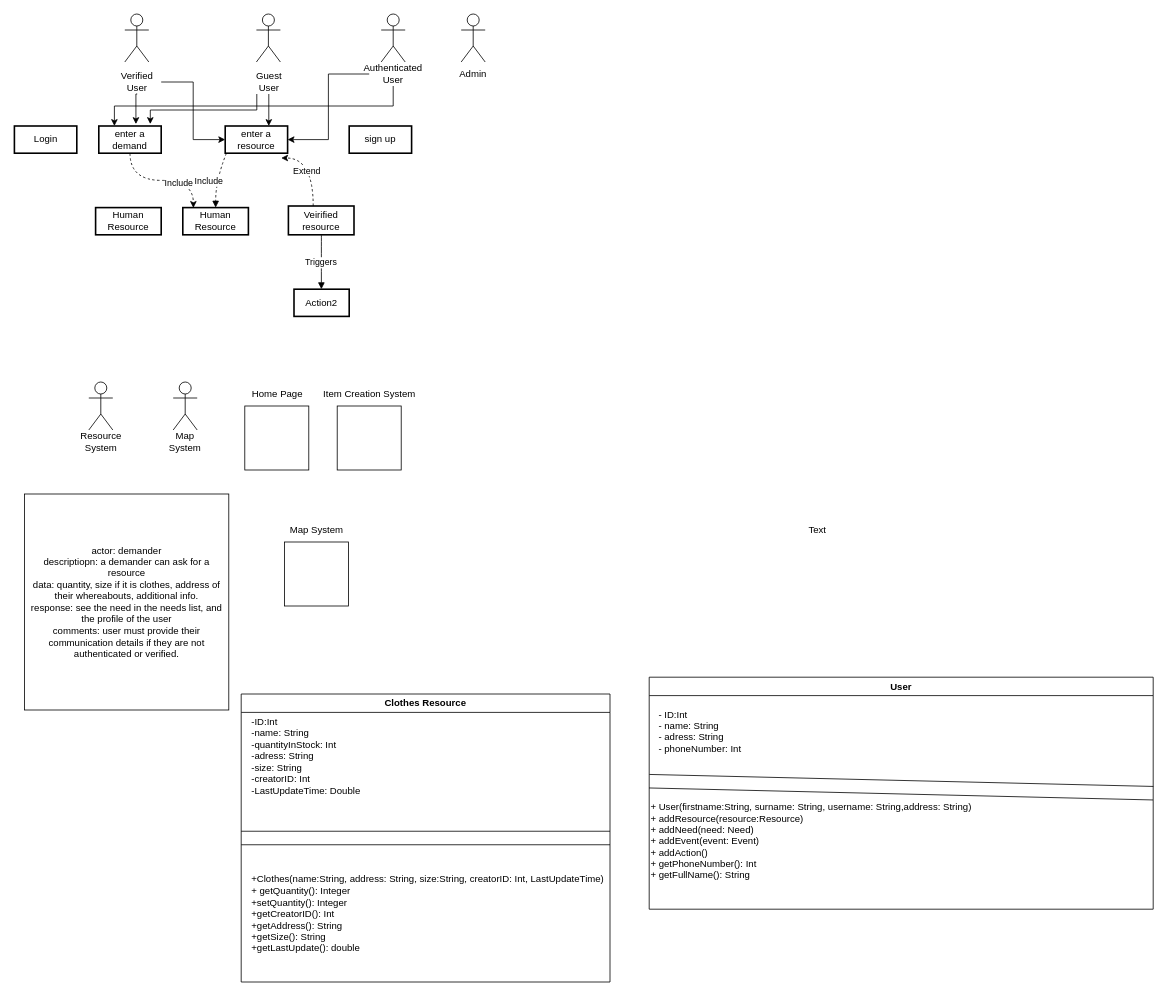
bounswe/bounswe2023group2 keeps this draw.io diagram as page "BegumDraft" (2 of 3) of UMLDiagrams/DR_UseCasesUML.drawio. Above is the earlier version. Source tidied: cells renumbered, new cells numbered last; positions are measured from the earlier drawing's top-left corner, leaving out a move shared by most shapes. Both pictures are drawn from the tidied source at 80%, with x=0, y=0 at pixel (14, 14).
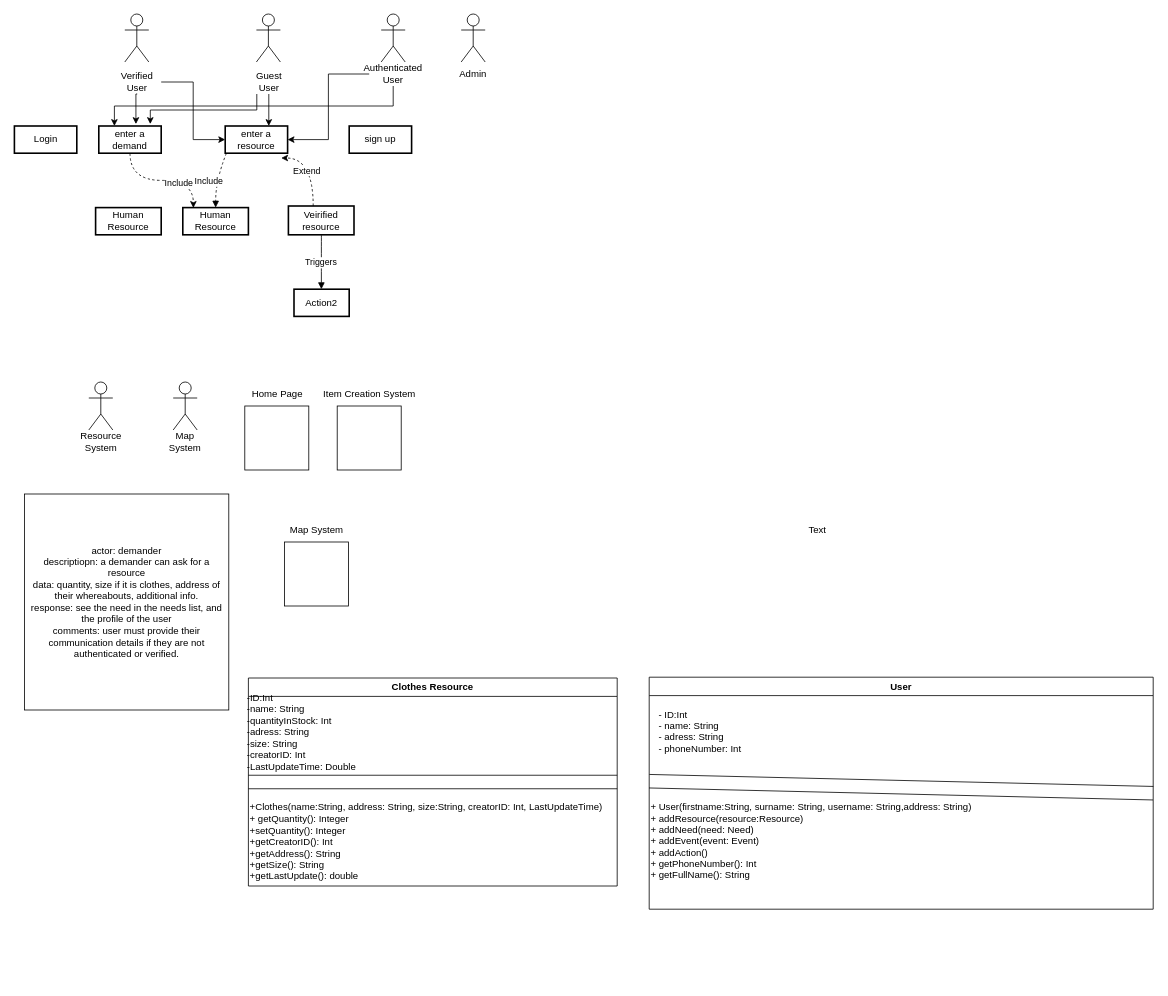
The same page after the edit.

Diff of the diagram source:
```diff
@@
     <mxCell id="41" value="Clothes Resource" style="swimlane;whiteSpace=wrap;html=1;" parent="1" vertex="1">
-      <mxGeometry x="284" y="850" width="461" height="360" as="geometry" />
+      <mxGeometry x="293" y="830" width="461" height="260" as="geometry" />
     </mxCell>
-    <mxCell id="42" value="&lt;div style=&quot;&quot;&gt;&lt;span style=&quot;font-size: 12px;&quot;&gt;-ID:Int&lt;/span&gt;&lt;/div&gt;&lt;div style=&quot;&quot;&gt;&lt;span style=&quot;font-size: 12px;&quot;&gt;-name: String&lt;/span&gt;&lt;/div&gt;&lt;div style=&quot;&quot;&gt;&lt;span style=&quot;font-size: 12px;&quot;&gt;-quantityInStock: Int&lt;/span&gt;&lt;/div&gt;&lt;div style=&quot;&quot;&gt;&lt;span style=&quot;font-size: 12px;&quot;&gt;-adress: String&lt;/span&gt;&lt;/div&gt;&lt;div style=&quot;&quot;&gt;&lt;span style=&quot;font-size: 12px;&quot;&gt;-size: String&lt;/span&gt;&lt;/div&gt;&lt;div style=&quot;&quot;&gt;&lt;span style=&quot;font-size: 12px;&quot;&gt;-creatorID: Int&lt;/span&gt;&lt;/div&gt;&lt;div style=&quot;&quot;&gt;&lt;span style=&quot;font-size: 12px;&quot;&gt;-LastUpdateTime: Double&lt;/span&gt;&lt;/div&gt;&lt;div style=&quot;&quot;&gt;&lt;br&gt;&lt;/div&gt;" style="text;html=1;align=left;verticalAlign=middle;strokeColor=none;fillColor=none;" parent="41" vertex="1">
-      <mxGeometry x="11" width="230" height="170" as="geometry" />
+    <mxCell id="42" value="&lt;div style=&quot;text-align: left;&quot;&gt;&lt;span style=&quot;font-size: 12px;&quot;&gt;-ID:Int&lt;/span&gt;&lt;/div&gt;&lt;div style=&quot;text-align: left;&quot;&gt;&lt;span style=&quot;font-size: 12px;&quot;&gt;-name: String&lt;/span&gt;&lt;/div&gt;&lt;div style=&quot;text-align: left;&quot;&gt;&lt;span style=&quot;font-size: 12px;&quot;&gt;-quantityInStock: Int&lt;/span&gt;&lt;/div&gt;&lt;div style=&quot;text-align: left;&quot;&gt;&lt;span style=&quot;font-size: 12px;&quot;&gt;-adress: String&lt;/span&gt;&lt;/div&gt;&lt;div style=&quot;text-align: left;&quot;&gt;&lt;span style=&quot;font-size: 12px;&quot;&gt;-size: String&lt;/span&gt;&lt;/div&gt;&lt;div style=&quot;text-align: left;&quot;&gt;&lt;span style=&quot;font-size: 12px;&quot;&gt;-creatorID: Int&lt;/span&gt;&lt;/div&gt;&lt;div style=&quot;text-align: left;&quot;&gt;&lt;span style=&quot;font-size: 12px;&quot;&gt;-LastUpdateTime: Double&lt;/span&gt;&lt;/div&gt;&lt;div style=&quot;&quot;&gt;&lt;br&gt;&lt;/div&gt;" style="text;html=1;align=center;verticalAlign=middle;strokeColor=none;fillColor=none;" parent="41" vertex="1">
+      <mxGeometry x="-49.5" y="-10" width="230" height="170" as="geometry" />
     </mxCell>
+    <mxCell id="49" style="shape=link;html=1;rounded=0;width=16.896551724137932;startSize=17;endSize=14;entryX=1;entryY=0.5;entryDx=0;entryDy=0;" parent="41" edge="1" target="41">
+      <mxGeometry relative="1" as="geometry">
+        <mxPoint y="130" as="sourcePoint" />
+      </mxGeometry>
+    </mxCell>
     <mxCell id="43" value="+Clothes(name:String, address: String, size:String, creatorID: Int, LastUpdateTime)&lt;br&gt;+ getQuantity(): Integer&lt;br&gt;+setQuantity(): Integer&lt;br&gt;+getCreatorID(): Int&lt;br&gt;+getAddress(): String&lt;br&gt;+getSize(): String&lt;br&gt;+getLastUpdate(): double" style="text;html=1;align=left;verticalAlign=middle;strokeColor=none;fillColor=none;" parent="41" vertex="1">
-      <mxGeometry x="11" y="200" width="690" height="150" as="geometry" />
+      <mxGeometry y="130" width="690" height="150" as="geometry" />
     </mxCell>
@@
-    <mxCell id="49" style="shape=link;html=1;rounded=0;width=16.896551724137932;startSize=17;endSize=14;entryX=1;entryY=0.5;entryDx=0;entryDy=0;exitX=0;exitY=0.5;exitDx=0;exitDy=0;" parent="1" edge="1" source="41" target="41">
-      <mxGeometry relative="1" as="geometry" />
-    </mxCell>
```
